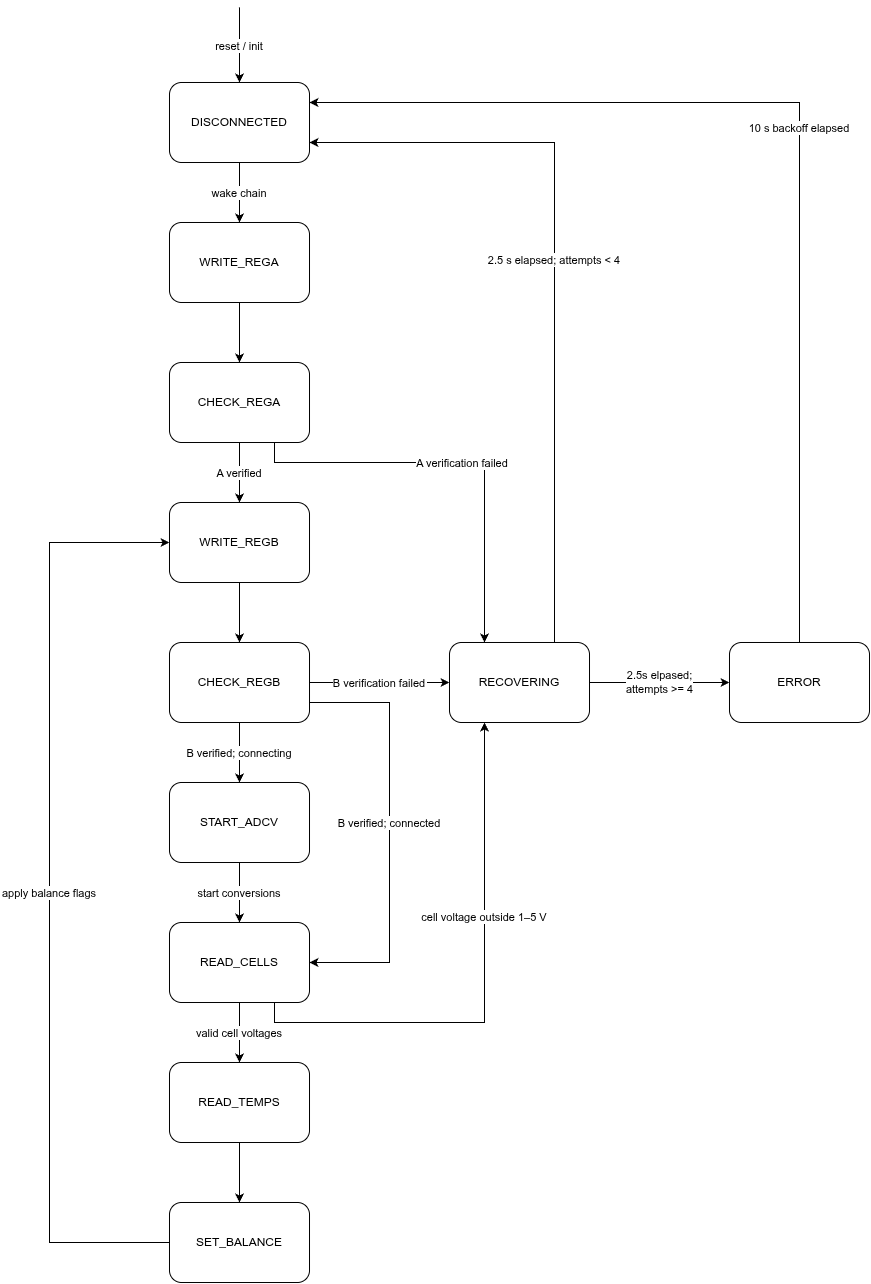
This is firmware/source/a_box/adbms/ADBMS_FSM.drawio.png from PurdueElectricRacing/firmware, a draw.io export, as it was before one commit. Source tidied: cells renumbered, new cells last; positions are measured from the earlier drawing's top-left corner, leaving out a move shared by most shapes.
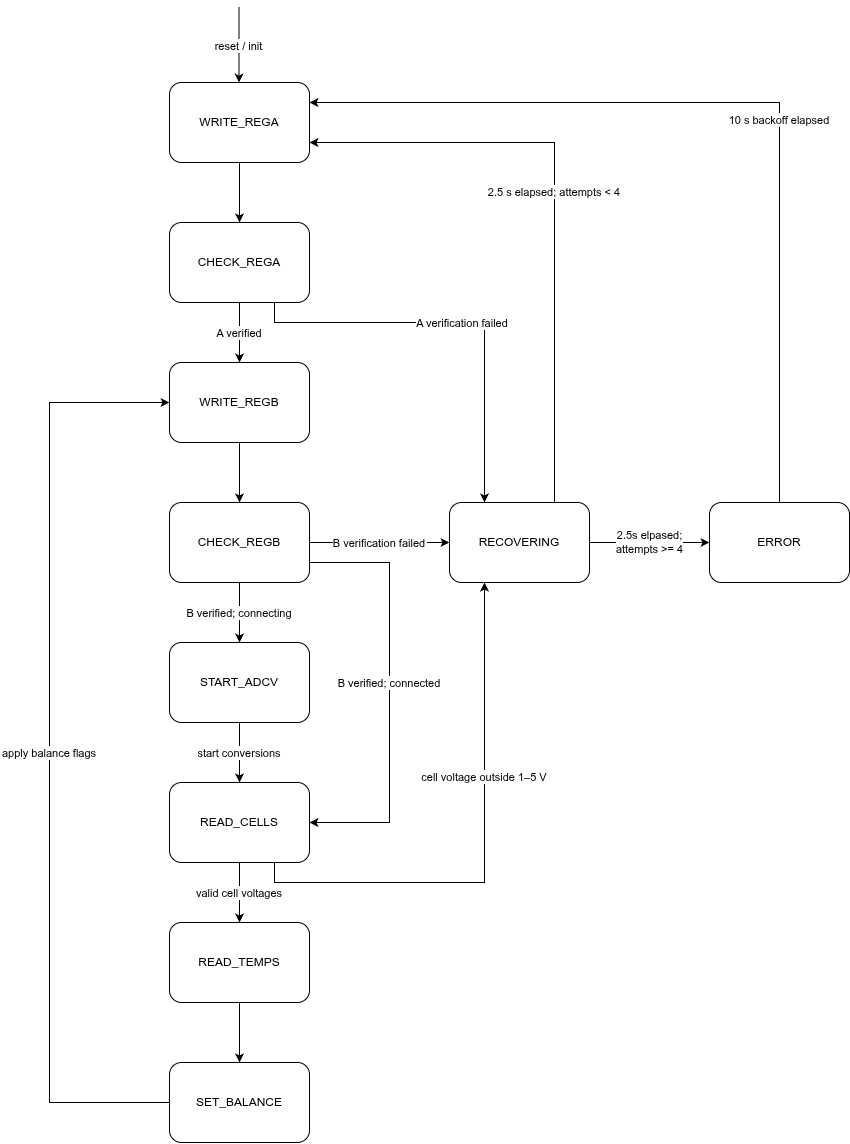
The same diagram one commit later.

Commit message:
solve wake issue

The edit, as a diff of the source:
```diff
@@ -2,9 +2,6 @@
   <root>
     <mxCell id="0" />
     <mxCell id="1" parent="0" />
-    <mxCell id="2" value="DISCONNECTED" style="rounded=1;whiteSpace=wrap;html=0;fillColor=#FFFFFF;strokeColor=#000000;fontFamily=Helvetica;fontSize=12;" parent="1" vertex="1">
-      <mxGeometry x="120" y="75" width="140" height="80" as="geometry" />
-    </mxCell>
     <mxCell id="3" value="WRITE_REGA" style="rounded=1;whiteSpace=wrap;html=0;fillColor=#FFFFFF;strokeColor=#000000;fontFamily=Helvetica;fontSize=12;" parent="1" vertex="1">
       <mxGeometry x="120" y="215" width="140" height="80" as="geometry" />
     </mxCell>
@@ -36,16 +33,14 @@
       <mxGeometry x="400" y="635" width="140" height="80" as="geometry" />
     </mxCell>
     <mxCell id="13" value="ERROR" style="rounded=1;whiteSpace=wrap;html=0;fillColor=#FFFFFF;strokeColor=#000000;fontFamily=Helvetica;fontSize=12;" parent="1" vertex="1">
-      <mxGeometry x="680" y="635" width="140" height="80" as="geometry" />
+      <mxGeometry x="660" y="635" width="140" height="80" as="geometry" />
     </mxCell>
-    <mxCell id="14" value="reset / init" style="endArrow=classic;html=0;rounded=0;curved=0;strokeColor=#000000;" parent="1" edge="1" target="2">
+    <mxCell id="14" value="reset / init" style="endArrow=classic;html=0;rounded=0;curved=0;strokeColor=#000000;" parent="1" edge="1">
       <mxGeometry relative="1" as="geometry">
-        <mxPoint x="190" as="sourcePoint" />
+        <mxPoint x="189.5" y="140" as="sourcePoint" />
+        <mxPoint x="189.5" y="215" as="targetPoint" />
       </mxGeometry>
     </mxCell>
-    <mxCell id="15" value="wake chain" style="endArrow=classic;html=0;rounded=0;curved=0;strokeColor=#000000;" parent="1" edge="1" source="2" target="3">
-      <mxGeometry relative="1" as="geometry" />
-    </mxCell>
     <mxCell id="16" style="endArrow=classic;html=0;rounded=0;curved=0;strokeColor=#000000;" parent="1" edge="1" source="3" target="4">
       <mxGeometry relative="1" as="geometry" />
     </mxCell>
@@ -102,15 +97,11 @@
         </Array>
       </mxGeometry>
     </mxCell>
-    <mxCell id="28" value="2.5 s elapsed; attempts &lt; 4" style="endArrow=classic;html=0;rounded=0;strokeColor=#000000;exitX=0.75;exitY=0;exitDx=0;exitDy=0;entryX=1;entryY=0.75;entryDx=0;entryDy=0;edgeStyle=orthogonalEdgeStyle;" parent="1" edge="1" source="12" target="2">
+    <mxCell id="28" value="2.5 s elapsed; attempts &lt; 4" style="endArrow=classic;html=0;rounded=0;strokeColor=#000000;exitX=0.75;exitY=0;exitDx=0;exitDy=0;entryX=1;entryY=0.75;entryDx=0;entryDy=0;edgeStyle=orthogonalEdgeStyle;" parent="1" edge="1" source="12" target="3">
       <mxGeometry x="0.03" relative="1" as="geometry" />
     </mxCell>
-    <mxCell id="29" value="10 s backoff elapsed" style="endArrow=classic;html=0;rounded=0;strokeColor=#000000;edgeStyle=orthogonalEdgeStyle;entryX=1;entryY=0.25;entryDx=0;entryDy=0;exitX=0.5;exitY=0;exitDx=0;exitDy=0;" parent="1" edge="1" source="13" target="2">
-      <mxGeometry relative="1" as="geometry">
-        <Array as="points">
-          <mxPoint x="750" y="95" />
-        </Array>
-      </mxGeometry>
+    <mxCell id="29" value="10 s backoff elapsed" style="endArrow=classic;html=0;rounded=0;strokeColor=#000000;edgeStyle=orthogonalEdgeStyle;entryX=1;entryY=0.25;entryDx=0;entryDy=0;exitX=0.5;exitY=0;exitDx=0;exitDy=0;" parent="1" edge="1" source="13" target="3">
+      <mxGeometry x="-0.12" relative="1" as="geometry" />
     </mxCell>
   </root>
 </mxGraphModel>
```
